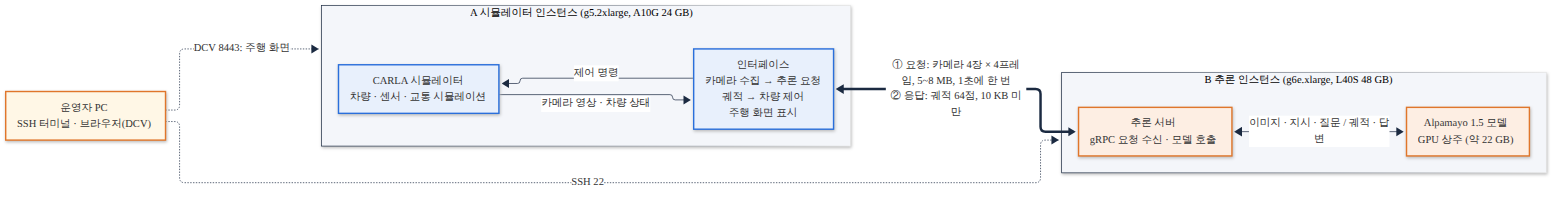
The Mermaid diagram docs/distributed/diagrams/handover-overview.png in JwonMoon/carlamayo-distributed, before a commit. Its source is kept beside it as docs/distributed/diagrams/handover-overview.mmd.
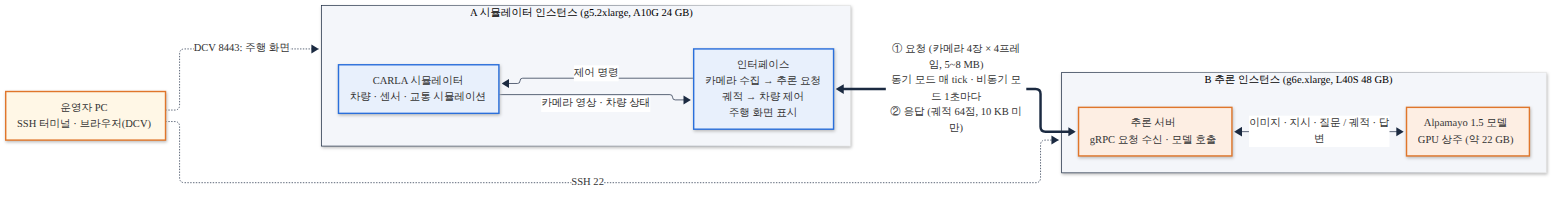
Later version of the same file.

Diff of the diagram source:
```diff
@@ -14,7 +14,7 @@
     MODEL["Alpamayo 1.5 모델<br/>GPU 상주 (약 22 GB)"]
     SRV <-- "이미지 · 지시 · 질문 / 궤적 · 답변" --> MODEL
   end
-  CLI <== "① 요청: 카메라 4장 × 4프레임, 5~8 MB, 1초에 한 번<br/>② 응답: 궤적 64점, 10 KB 미만" ==> SRV
+  CLI <== "① 요청 (카메라 4장 × 4프레임, 5~8 MB)<br/>동기 모드 매 tick · 비동기 모드 1초마다<br/>② 응답 (궤적 64점, 10 KB 미만)" ==> SRV
   OP -. "DCV 8443: 주행 화면" .-> A
   OP -. "SSH 22" .-> B
   style OP fill:#fff7e6,stroke:#E0762B,stroke-width:2px
```
